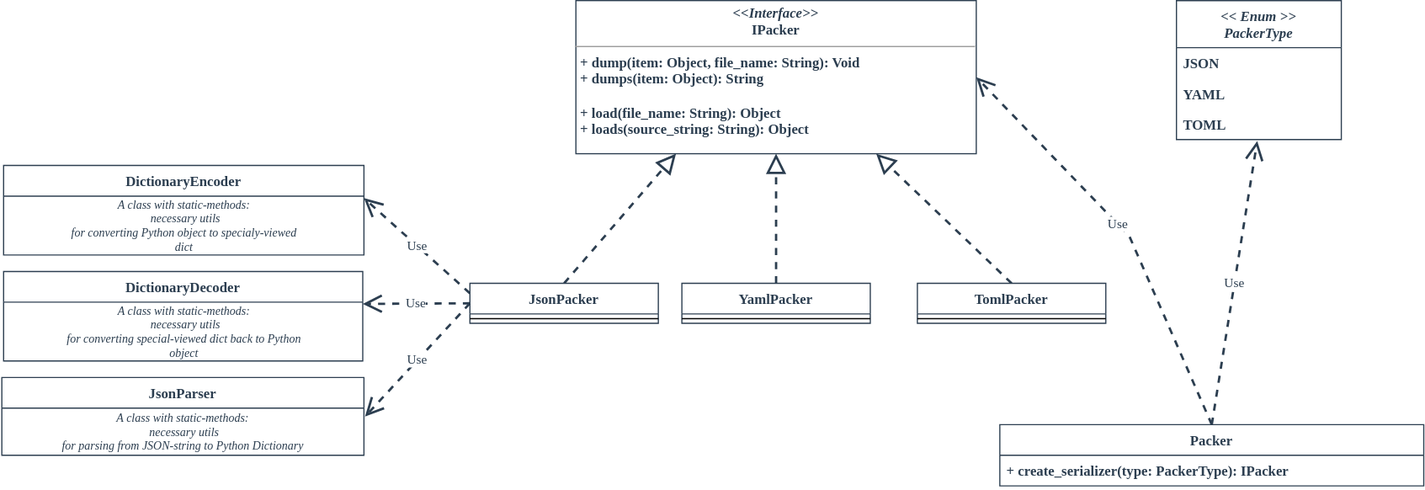
Above: 4 semester/LR2 2022.04.07/packer/scheme.svg in user-of-github/BSUIR_Labs_Programming-tools (draw.io), before the change. Source tidied: cells renumbered, new cells last; positions are measured from the earlier drawing's top-left corner, leaving out a move shared by most shapes.
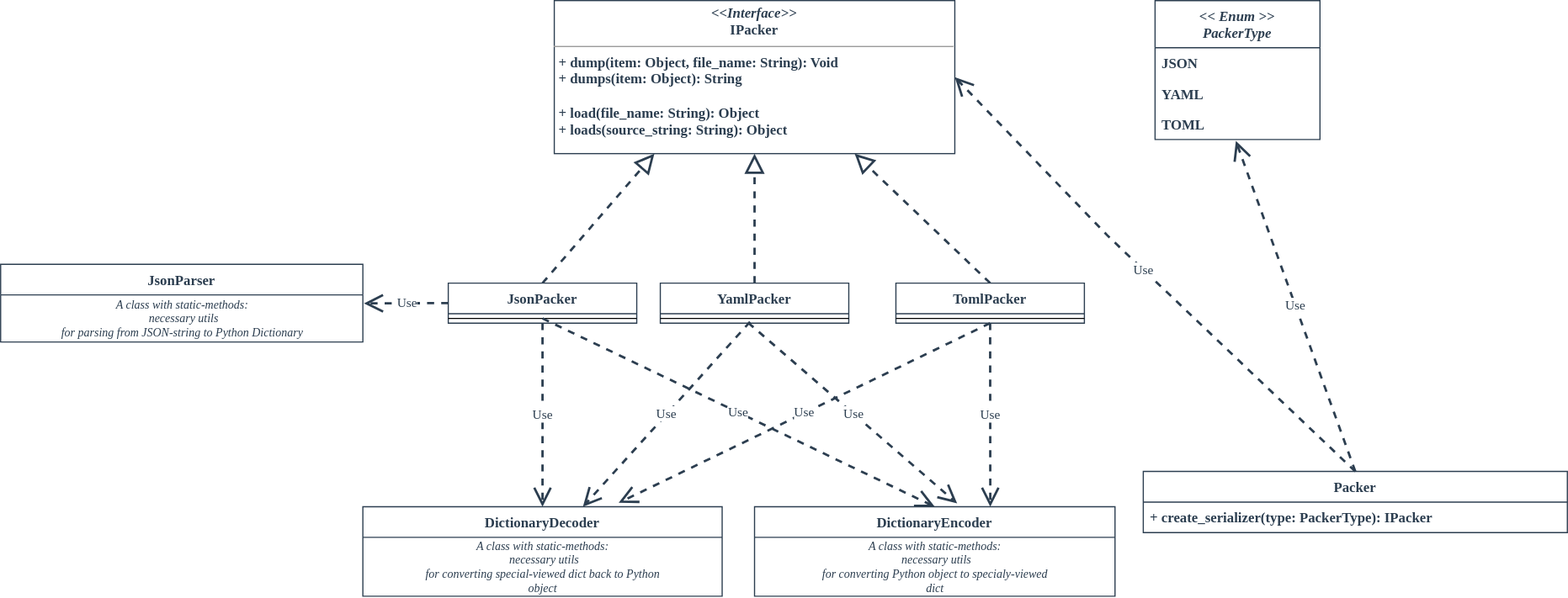
After the commit.

Diff of the diagram source:
```diff
@@ -47,7 +47,7 @@
       <mxGeometry y="92" width="140" height="26" as="geometry" />
     </mxCell>
     <mxCell id="16" value="Packer" style="swimlane;fontStyle=1;horizontal=1;startSize=26;fillColor=none;fontFamily=JetBrains Mono;fontSource=https%3A%2F%2Ffonts.googleapis.com%2Fcss%3Ffamily%3DJetBrains%2BMono;fontColor=#2C3E50;strokeColor=#2c3e50;strokeWidth=1;" parent="1" vertex="1">
-      <mxGeometry x="848" y="360" width="360" height="52" as="geometry" />
+      <mxGeometry x="988" y="400" width="360" height="52" as="geometry" />
     </mxCell>
     <mxCell id="17" value="+ create_serializer(type: PackerType): IPacker" style="text;strokeColor=none;fillColor=none;align=left;verticalAlign=top;spacingLeft=4;spacingRight=4;overflow=hidden;fontFamily=JetBrains Mono;fontSource=https%3A%2F%2Ffonts.googleapis.com%2Fcss%3Ffamily%3DJetBrains%2BMono;fontColor=#2C3E50;fontStyle=1;" parent="16" vertex="1">
       <mxGeometry y="26" width="360" height="26" as="geometry" />
@@ -56,7 +56,7 @@
       <mxGeometry relative="1" as="geometry" />
     </mxCell>
     <mxCell id="19" value="JsonParser" style="swimlane;fontStyle=1;align=center;verticalAlign=top;horizontal=1;startSize=26;fontColor=#2C3E50;strokeColor=#2c3e50;fontFamily=JetBrains Mono;fontSource=https%3A%2F%2Ffonts.googleapis.com%2Fcss%3Ffamily%3DJetBrains%2BMono;strokeWidth=1;" parent="1" vertex="1">
-      <mxGeometry x="0.5" y="320" width="307.5" height="66" as="geometry" />
+      <mxGeometry x="18" y="224" width="307.5" height="66" as="geometry" />
     </mxCell>
     <mxCell id="20" value="&lt;i style=&quot;font-size: 10px&quot;&gt;A class with static-methods: &lt;br style=&quot;font-size: 10px&quot;&gt;&amp;nbsp;necessary utils &lt;br style=&quot;font-size: 10px&quot;&gt;for parsing from JSON-string to Python Dictionary&lt;/i&gt;" style="text;html=1;align=center;verticalAlign=middle;points=[];strokeColor=none;fillColor=none;fontFamily=JetBrains Mono;fontColor=#2C3E50;fontStyle=0;fontSize=10;" parent="19" vertex="1">
       <mxGeometry y="26" width="307.5" height="40" as="geometry" />
@@ -65,13 +65,13 @@
       <mxGeometry relative="1" as="geometry" />
     </mxCell>
     <mxCell id="22" value="DictionaryEncoder" style="swimlane;fontStyle=1;align=center;verticalAlign=top;horizontal=1;startSize=26;fontColor=#2C3E50;strokeColor=#2c3e50;fontFamily=JetBrains Mono;fontSource=https%3A%2F%2Ffonts.googleapis.com%2Fcss%3Ffamily%3DJetBrains%2BMono;strokeWidth=1;" parent="1" vertex="1">
-      <mxGeometry x="2" y="140" width="306" height="76" as="geometry" />
+      <mxGeometry x="658" y="430" width="306" height="76" as="geometry" />
     </mxCell>
     <mxCell id="23" value="&lt;i style=&quot;font-size: 10px&quot;&gt;A class with static-methods: &lt;br style=&quot;font-size: 10px&quot;&gt;&amp;nbsp;necessary utils &lt;br style=&quot;font-size: 10px&quot;&gt;for converting Python object to specialy-viewed &lt;br&gt;dict&lt;/i&gt;" style="text;html=1;align=center;verticalAlign=middle;points=[];strokeColor=none;fillColor=none;fontFamily=JetBrains Mono;fontColor=#2C3E50;fontStyle=0;fontSize=10;" parent="22" vertex="1">
       <mxGeometry y="26" width="306" height="50" as="geometry" />
     </mxCell>
     <mxCell id="24" value="DictionaryDecoder" style="swimlane;fontStyle=1;align=center;verticalAlign=top;horizontal=1;startSize=26;fontColor=#2C3E50;strokeColor=#2c3e50;fontFamily=JetBrains Mono;fontSource=https%3A%2F%2Ffonts.googleapis.com%2Fcss%3Ffamily%3DJetBrains%2BMono;strokeWidth=1;" parent="1" vertex="1">
-      <mxGeometry x="2" y="230" width="305" height="76" as="geometry" />
+      <mxGeometry x="325.5" y="430" width="305" height="76" as="geometry" />
     </mxCell>
     <mxCell id="25" value="&lt;i style=&quot;font-size: 10px&quot;&gt;A class with static-methods: &lt;br style=&quot;font-size: 10px&quot;&gt;&amp;nbsp;necessary utils &lt;br style=&quot;font-size: 10px&quot;&gt;for converting special-viewed dict back to Python &lt;br&gt;object&lt;/i&gt;" style="text;html=1;align=center;verticalAlign=middle;points=[];strokeColor=none;fillColor=none;fontFamily=JetBrains Mono;fontColor=#2C3E50;fontStyle=0;fontSize=10;" parent="24" vertex="1">
       <mxGeometry y="26" width="305" height="50" as="geometry" />
@@ -83,11 +83,25 @@
         </Array>
       </mxGeometry>
     </mxCell>
-    <mxCell id="27" value="Use" style="endArrow=open;endSize=12;dashed=1;html=1;rounded=0;fontFamily=JetBrains Mono;fontSource=https%3A%2F%2Ffonts.googleapis.com%2Fcss%3Ffamily%3DJetBrains%2BMono;fontColor=#2C3E50;strokeColor=#2C3E50;strokeWidth=2;exitX=0;exitY=0.5;exitDx=0;exitDy=0;entryX=1;entryY=0.03;entryDx=0;entryDy=0;entryPerimeter=0;" parent="1" edge="1" source="4" target="25">
-      <mxGeometry relative="1" as="geometry" />
-    </mxCell>
-    <mxCell id="28" value="Use" style="endArrow=open;endSize=12;dashed=1;html=1;rounded=0;fontFamily=JetBrains Mono;fontSource=https%3A%2F%2Ffonts.googleapis.com%2Fcss%3Ffamily%3DJetBrains%2BMono;fontColor=#2C3E50;strokeColor=#2C3E50;strokeWidth=2;entryX=1;entryY=0.034;entryDx=0;entryDy=0;entryPerimeter=0;exitX=0;exitY=0.25;exitDx=0;exitDy=0;" parent="1" edge="1" source="4" target="23">
-      <mxGeometry relative="1" as="geometry" />
-    </mxCell>
+    <mxCell id="29" value="Use" style="endArrow=open;endSize=12;dashed=1;html=1;rounded=0;fontFamily=JetBrains Mono;fontSource=https%3A%2F%2Ffonts.googleapis.com%2Fcss%3Ffamily%3DJetBrains%2BMono;fontColor=#2C3E50;strokeColor=#2C3E50;strokeWidth=2;exitX=0.5;exitY=1;exitDx=0;exitDy=0;entryX=0.5;entryY=0;entryDx=0;entryDy=0;" parent="1" edge="1" source="4" target="24">
+      <mxGeometry relative="1" as="geometry" />
+    </mxCell>
+    <mxCell id="30" value="Use" style="endArrow=open;endSize=12;dashed=1;html=1;rounded=0;fontFamily=JetBrains Mono;fontSource=https%3A%2F%2Ffonts.googleapis.com%2Fcss%3Ffamily%3DJetBrains%2BMono;fontColor=#2C3E50;strokeColor=#2C3E50;strokeWidth=2;entryX=0.5;entryY=0;entryDx=0;entryDy=0;" parent="1" edge="1" target="22">
+      <mxGeometry relative="1" as="geometry">
+        <mxPoint x="478" y="270" as="sourcePoint" />
+      </mxGeometry>
+    </mxCell>
+    <mxCell id="31" value="Use" style="endArrow=open;endSize=12;dashed=1;html=1;rounded=0;fontFamily=JetBrains Mono;fontSource=https%3A%2F%2Ffonts.googleapis.com%2Fcss%3Ffamily%3DJetBrains%2BMono;fontColor=#2C3E50;strokeColor=#2C3E50;strokeWidth=2;entryX=0.562;entryY=-0.038;entryDx=0;entryDy=0;exitX=0.466;exitY=0.955;exitDx=0;exitDy=0;exitPerimeter=0;entryPerimeter=0;" parent="1" edge="1" source="7" target="22">
+      <mxGeometry relative="1" as="geometry" />
+    </mxCell>
+    <mxCell id="32" value="Use" style="endArrow=open;endSize=12;dashed=1;html=1;rounded=0;fontFamily=JetBrains Mono;fontSource=https%3A%2F%2Ffonts.googleapis.com%2Fcss%3Ffamily%3DJetBrains%2BMono;fontColor=#2C3E50;strokeColor=#2C3E50;strokeWidth=2;exitX=0.476;exitY=0.864;exitDx=0;exitDy=0;exitPerimeter=0;" parent="1" edge="1" source="7" target="24">
+      <mxGeometry relative="1" as="geometry" />
+    </mxCell>
+    <mxCell id="33" value="Use" style="endArrow=open;endSize=12;dashed=1;html=1;rounded=0;fontFamily=JetBrains Mono;fontSource=https%3A%2F%2Ffonts.googleapis.com%2Fcss%3Ffamily%3DJetBrains%2BMono;fontColor=#2C3E50;strokeColor=#2C3E50;strokeWidth=2;entryX=0.654;entryY=0;entryDx=0;entryDy=0;exitX=0.5;exitY=1;exitDx=0;exitDy=0;entryPerimeter=0;" parent="1" edge="1" source="10" target="22">
+      <mxGeometry relative="1" as="geometry" />
+    </mxCell>
+    <mxCell id="34" value="Use" style="endArrow=open;endSize=12;dashed=1;html=1;rounded=0;fontFamily=JetBrains Mono;fontSource=https%3A%2F%2Ffonts.googleapis.com%2Fcss%3Ffamily%3DJetBrains%2BMono;fontColor=#2C3E50;strokeColor=#2C3E50;strokeWidth=2;entryX=0.712;entryY=-0.044;entryDx=0;entryDy=0;entryPerimeter=0;exitX=0.5;exitY=1;exitDx=0;exitDy=0;" parent="1" edge="1" source="10" target="24">
+      <mxGeometry relative="1" as="geometry" />
+    </mxCell>
   </root>
 </mxGraphModel>
```
